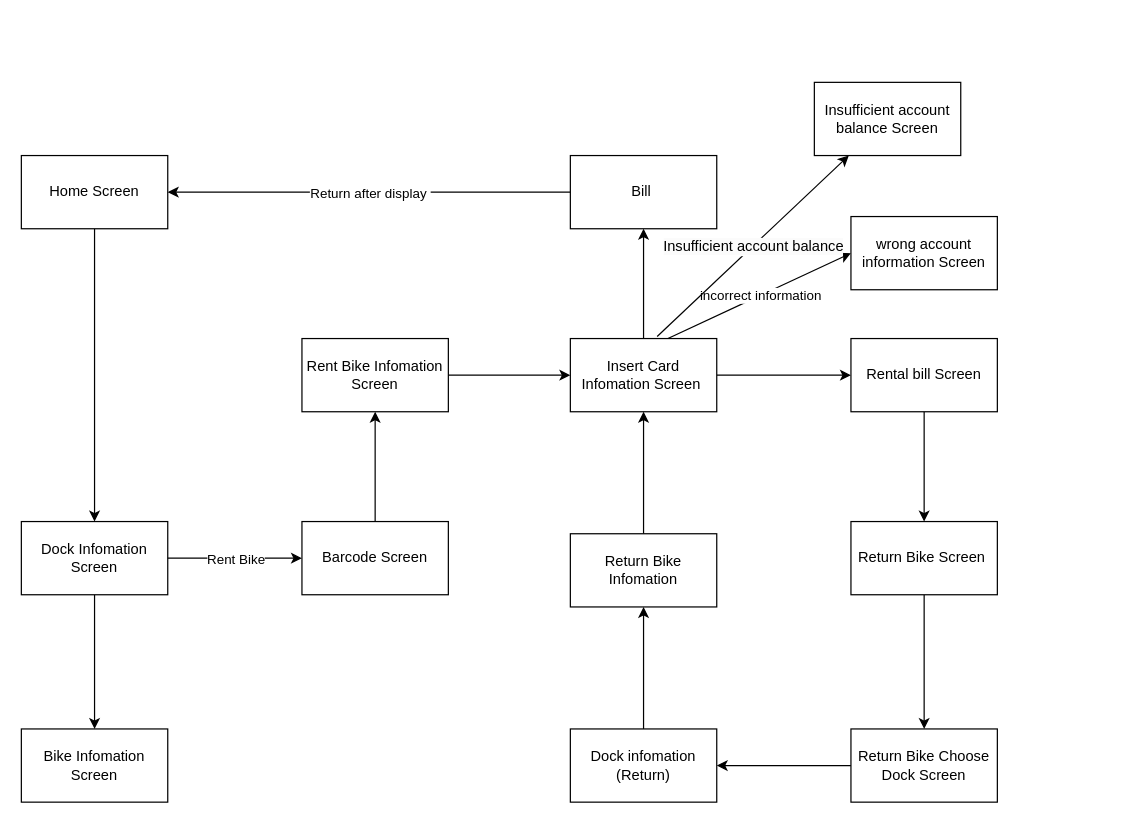
The draw.io diagram Detailed Design/Interface Design/User Interface Design/Screen transition diagram/Untitled Diagram.drawio in janglee83/ISD.VN.20221.05, before the edit. Source tidied: cells renumbered, new cells numbered last; positions are measured from the earlier drawing's top-left corner, leaving out a move shared by most shapes. Both pictures are drawn from the tidied source at 122%, with x=0, y=0 at pixel (21, 82).
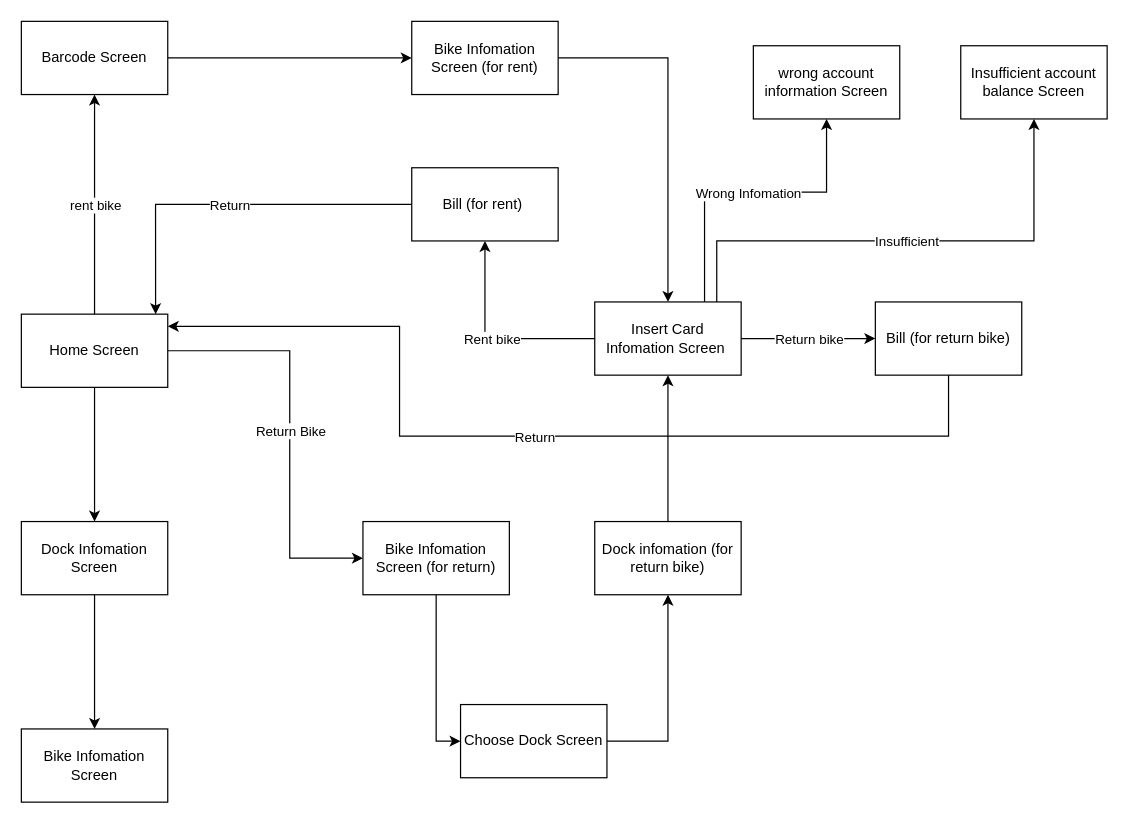
The same diagram, later.

The change refers to these unchanged cells:
```xml
<mxCell id="5" value="Dock Infomation Screen" style="rounded=0;whiteSpace=wrap;html=1;" parent="1" vertex="1">
  <mxGeometry y="360" width="120" height="60" as="geometry" />
</mxCell>
```

The edit, as a diff of the source:
```diff
@@
     <mxCell id="3" value="Home Screen" style="rounded=0;whiteSpace=wrap;html=1;" parent="1" vertex="1">
-      <mxGeometry y="60" width="120" height="60" as="geometry" />
+      <mxGeometry y="190" width="120" height="60" as="geometry" />
     </mxCell>
@@
-    <mxCell id="7" style="edgeStyle=orthogonalEdgeStyle;rounded=0;jettySize=auto;html=1;entryX=0.5;entryY=1;entryDx=0;entryDy=0;" parent="1" edge="1" source="8" target="10">
+    <mxCell id="7" style="edgeStyle=orthogonalEdgeStyle;rounded=0;jettySize=auto;html=1;" parent="1" edge="1" source="8" target="10">
       <mxGeometry relative="1" as="geometry" />
     </mxCell>
     <mxCell id="8" value="Barcode Screen" style="rounded=0;whiteSpace=wrap;html=1;" parent="1" vertex="1">
-      <mxGeometry x="230" y="360" width="120" height="60" as="geometry" />
+      <mxGeometry y="-50" width="120" height="60" as="geometry" />
     </mxCell>
-    <mxCell id="9" style="edgeStyle=orthogonalEdgeStyle;rounded=0;jettySize=auto;html=1;entryX=0;entryY=0.5;entryDx=0;entryDy=0;" parent="1" edge="1" source="10" target="13">
+    <mxCell id="9" style="edgeStyle=orthogonalEdgeStyle;rounded=0;jettySize=auto;html=1;" parent="1" edge="1" source="10" target="13">
       <mxGeometry relative="1" as="geometry" />
     </mxCell>
-    <mxCell id="10" value="Rent Bike Infomation Screen" style="rounded=0;whiteSpace=wrap;html=1;" parent="1" vertex="1">
-      <mxGeometry x="230" y="210" width="120" height="60" as="geometry" />
+    <mxCell id="10" value="Bike Infomation Screen (for rent)" style="rounded=0;whiteSpace=wrap;html=1;" parent="1" vertex="1">
+      <mxGeometry x="320" y="-50" width="120" height="60" as="geometry" />
     </mxCell>
-    <mxCell id="11" style="edgeStyle=orthogonalEdgeStyle;rounded=0;jettySize=auto;html=1;" parent="1" edge="1" source="13" target="17">
-      <mxGeometry relative="1" as="geometry" />
-    </mxCell>
-    <mxCell id="12" style="edgeStyle=orthogonalEdgeStyle;rounded=0;jettySize=auto;html=1;entryX=0.5;entryY=1;entryDx=0;entryDy=0;" parent="1" edge="1" source="13" target="18">
-      <mxGeometry relative="1" as="geometry" />
-    </mxCell>
     <mxCell id="13" value="Insert Card Infomation Screen&amp;nbsp;" style="rounded=0;whiteSpace=wrap;html=1;" parent="1" vertex="1">
-      <mxGeometry x="450" y="210" width="120" height="60" as="geometry" />
+      <mxGeometry x="470" y="180" width="120" height="60" as="geometry" />
     </mxCell>
     <mxCell id="14" value="Insufficient account balance Screen" style="rounded=0;whiteSpace=wrap;html=1;" parent="1" vertex="1">
-      <mxGeometry x="650" width="120" height="60" as="geometry" />
+      <mxGeometry x="770" y="-30" width="120" height="60" as="geometry" />
     </mxCell>
     <mxCell id="15" value="wrong account information Screen" style="rounded=0;whiteSpace=wrap;html=1;" parent="1" vertex="1">
-      <mxGeometry x="680" y="110" width="120" height="60" as="geometry" />
+      <mxGeometry x="600" y="-30" width="120" height="60" as="geometry" />
     </mxCell>
-    <mxCell id="16" style="edgeStyle=orthogonalEdgeStyle;rounded=0;jettySize=auto;html=1;" parent="1" edge="1" source="17" target="22">
-      <mxGeometry relative="1" as="geometry" />
-    </mxCell>
-    <mxCell id="17" value="Rental bill Screen" style="rounded=0;whiteSpace=wrap;html=1;" parent="1" vertex="1">
-      <mxGeometry x="680" y="210" width="120" height="60" as="geometry" />
+    <mxCell id="17" value="Bill (for return bike)" style="rounded=0;whiteSpace=wrap;html=1;" parent="1" vertex="1">
+      <mxGeometry x="700" y="180" width="120" height="60" as="geometry" />
     </mxCell>
-    <mxCell id="18" value="Bill&amp;nbsp;" style="rounded=0;whiteSpace=wrap;html=1;" parent="1" vertex="1">
-      <mxGeometry x="450" y="60" width="120" height="60" as="geometry" />
+    <mxCell id="18" value="Bill (for rent)&amp;nbsp;" style="rounded=0;whiteSpace=wrap;html=1;" parent="1" vertex="1">
+      <mxGeometry x="320" y="70" width="120" height="60" as="geometry" />
     </mxCell>
-    <mxCell id="19" style="edgeStyle=orthogonalEdgeStyle;rounded=0;jettySize=auto;html=1;entryX=1;entryY=0.5;entryDx=0;entryDy=0;" parent="1" edge="1" source="20" target="24">
+    <mxCell id="19" style="edgeStyle=orthogonalEdgeStyle;rounded=0;jettySize=auto;html=1;entryX=0.5;entryY=1;entryDx=0;entryDy=0;exitX=1;exitY=0.5;exitDx=0;exitDy=0;" parent="1" edge="1" source="20" target="24">
       <mxGeometry relative="1" as="geometry" />
     </mxCell>
-    <mxCell id="20" value="Return Bike Choose Dock Screen" style="rounded=0;whiteSpace=wrap;html=1;" parent="1" vertex="1">
-      <mxGeometry x="680" y="530" width="120" height="60" as="geometry" />
+    <mxCell id="20" value="Choose Dock Screen" style="rounded=0;whiteSpace=wrap;html=1;" parent="1" vertex="1">
+      <mxGeometry x="360" y="510" width="120" height="60" as="geometry" />
     </mxCell>
-    <mxCell id="21" style="edgeStyle=orthogonalEdgeStyle;rounded=0;jettySize=auto;html=1;entryX=0.5;entryY=0;entryDx=0;entryDy=0;" parent="1" edge="1" source="22" target="20">
-      <mxGeometry relative="1" as="geometry" />
-    </mxCell>
-    <mxCell id="22" value="Return Bike Screen&amp;nbsp;" style="rounded=0;whiteSpace=wrap;html=1;" parent="1" vertex="1">
-      <mxGeometry x="680" y="360" width="120" height="60" as="geometry" />
-    </mxCell>
-    <mxCell id="23" style="edgeStyle=orthogonalEdgeStyle;rounded=0;jettySize=auto;html=1;entryX=0.5;entryY=1;entryDx=0;entryDy=0;" parent="1" edge="1" source="24" target="26">
-      <mxGeometry relative="1" as="geometry" />
-    </mxCell>
+    <mxCell id="35" style="edgeStyle=orthogonalEdgeStyle;rounded=0;jettySize=auto;html=1;entryX=0.5;entryY=1;entryDx=0;entryDy=0;" parent="1" edge="1" source="24" target="13">
+      <mxGeometry relative="1" as="geometry" />
+    </mxCell>
-    <mxCell id="24" value="Dock infomation (Return)" style="rounded=0;whiteSpace=wrap;html=1;" parent="1" vertex="1">
-      <mxGeometry x="450" y="530" width="120" height="60" as="geometry" />
+    <mxCell id="24" value="Dock infomation (for return bike)" style="rounded=0;whiteSpace=wrap;html=1;" parent="1" vertex="1">
+      <mxGeometry x="470" y="360" width="120" height="60" as="geometry" />
     </mxCell>
-    <mxCell id="25" style="edgeStyle=orthogonalEdgeStyle;rounded=0;jettySize=auto;html=1;" parent="1" edge="1" source="26" target="13">
-      <mxGeometry relative="1" as="geometry" />
-    </mxCell>
-    <mxCell id="26" value="Return Bike Infomation" style="rounded=0;whiteSpace=wrap;html=1;" parent="1" vertex="1">
-      <mxGeometry x="450" y="370" width="120" height="60" as="geometry" />
-    </mxCell>
-    <mxCell id="27" style="endArrow=classic;html=1;rounded=0;entryX=0;entryY=0.5;entryDx=0;entryDy=0;exitX=1;exitY=0.5;exitDx=0;exitDy=0;" parent="1" edge="1" source="5" target="8">
-      <mxGeometry relative="1" as="geometry" />
-    </mxCell>
-    <mxCell id="28" value="Rent Bike" style="edgeLabel;html=1;align=center;verticalAlign=middle;" parent="27" vertex="1">
-      <mxGeometry relative="1" as="geometry" />
-    </mxCell>
+    <mxCell id="36" style="edgeStyle=orthogonalEdgeStyle;rounded=0;jettySize=auto;html=1;entryX=0;entryY=0.5;entryDx=0;entryDy=0;" parent="1" edge="1" source="37" target="20">
+      <mxGeometry relative="1" as="geometry" />
+    </mxCell>
+    <mxCell id="37" value="Bike Infomation Screen (for return)" style="rounded=0;whiteSpace=wrap;html=1;" parent="1" vertex="1">
+      <mxGeometry x="280" y="360" width="120" height="60" as="geometry" />
+    </mxCell>
+    <mxCell id="38" style="endArrow=classic;html=1;rounded=0;exitX=0.5;exitY=0;exitDx=0;exitDy=0;entryX=0.5;entryY=1;entryDx=0;entryDy=0;" parent="1" edge="1" target="8">
+      <mxGeometry relative="1" as="geometry">
+        <mxPoint x="60" y="190" as="sourcePoint" />
+      </mxGeometry>
+    </mxCell>
+    <mxCell id="39" value="rent bike" style="edgeLabel;html=1;align=center;verticalAlign=middle;" parent="38" vertex="1">
+      <mxGeometry relative="1" as="geometry" />
+    </mxCell>
+    <mxCell id="40" style="endArrow=classic;html=1;rounded=0;exitX=1;exitY=0.5;exitDx=0;exitDy=0;entryX=0;entryY=0.5;entryDx=0;entryDy=0;" parent="1" edge="1" source="3" target="37">
+      <mxGeometry relative="1" as="geometry">
+        <Array as="points">
+          <mxPoint x="220" y="220" />
+          <mxPoint x="220" y="390" />
+        </Array>
+      </mxGeometry>
+    </mxCell>
+    <mxCell id="41" value="Return Bike" style="edgeLabel;html=1;align=center;verticalAlign=middle;" parent="40" vertex="1">
+      <mxGeometry relative="1" as="geometry" />
+    </mxCell>
-    <mxCell id="29" style="endArrow=classic;html=1;rounded=0;exitX=0;exitY=0.5;exitDx=0;exitDy=0;entryX=1;entryY=0.5;entryDx=0;entryDy=0;" parent="1" edge="1" source="18" target="3">
-      <mxGeometry relative="1" as="geometry" />
+    <mxCell id="29" style="endArrow=classic;html=1;rounded=0;exitX=0;exitY=0.5;exitDx=0;exitDy=0;entryX=0.917;entryY=0;entryDx=0;entryDy=0;entryPerimeter=0;" parent="1" edge="1" source="18" target="3">
+      <mxGeometry relative="1" as="geometry">
+        <Array as="points">
+          <mxPoint x="110" y="100" />
+        </Array>
+      </mxGeometry>
     </mxCell>
-    <mxCell id="30" value="Return after display&amp;nbsp;" style="edgeLabel;html=1;align=center;verticalAlign=middle;" parent="29" vertex="1">
-      <mxGeometry relative="1" as="geometry" />
-    </mxCell>
-    <mxCell id="31" style="endArrow=classic;html=1;rounded=0;entryX=0;entryY=0.5;entryDx=0;entryDy=0;" parent="1" edge="1" target="15">
-      <mxGeometry relative="1" as="geometry">
-        <mxPoint x="530" y="210" as="sourcePoint" />
-      </mxGeometry>
-    </mxCell>
-    <mxCell id="32" value="incorrect information" style="edgeLabel;html=1;align=center;verticalAlign=middle;" parent="31" vertex="1">
-      <mxGeometry relative="1" as="geometry" />
-    </mxCell>
-    <mxCell id="33" style="endArrow=classic;html=1;rounded=0;exitX=0.593;exitY=-0.028;exitDx=0;exitDy=0;exitPerimeter=0;" parent="1" edge="1" source="13" target="14">
-      <mxGeometry relative="1" as="geometry" />
-    </mxCell>
-    <mxCell id="34" value="&lt;span style=&quot;font-size: 12px; background-color: rgb(251, 251, 251);&quot;&gt;Insufficient account balance&lt;/span&gt;" style="edgeLabel;html=1;align=center;verticalAlign=middle;" parent="33" vertex="1">
-      <mxGeometry relative="1" as="geometry" />
-    </mxCell>
+    <mxCell id="42" value="Return" style="edgeLabel;html=1;align=center;verticalAlign=middle;" parent="29" vertex="1">
+      <mxGeometry relative="1" as="geometry" />
+    </mxCell>
+    <mxCell id="43" style="endArrow=classic;html=1;rounded=0;entryX=0.5;entryY=1;entryDx=0;entryDy=0;exitX=0.75;exitY=0;exitDx=0;exitDy=0;" parent="1" edge="1" source="13" target="15">
+      <mxGeometry relative="1" as="geometry">
+        <Array as="points">
+          <mxPoint x="560" y="90" />
+          <mxPoint x="660" y="90" />
+        </Array>
+      </mxGeometry>
+    </mxCell>
+    <mxCell id="44" value="Wrong Infomation" style="edgeLabel;html=1;align=center;verticalAlign=middle;" parent="43" vertex="1">
+      <mxGeometry relative="1" as="geometry" />
+    </mxCell>
+    <mxCell id="45" style="endArrow=classic;html=1;rounded=0;entryX=0.5;entryY=1;entryDx=0;entryDy=0;" parent="1" edge="1" target="14">
+      <mxGeometry relative="1" as="geometry">
+        <mxPoint x="570" y="180" as="sourcePoint" />
+        <Array as="points">
+          <mxPoint x="570" y="130" />
+          <mxPoint x="830" y="130" />
+        </Array>
+      </mxGeometry>
+    </mxCell>
+    <mxCell id="46" value="Insufficient" style="edgeLabel;html=1;align=center;verticalAlign=middle;" parent="45" vertex="1">
+      <mxGeometry relative="1" as="geometry" />
+    </mxCell>
+    <mxCell id="47" style="endArrow=classic;html=1;rounded=0;exitX=0.5;exitY=1;exitDx=0;exitDy=0;entryX=0.917;entryY=0;entryDx=0;entryDy=0;entryPerimeter=0;" parent="1" edge="1" source="17">
+      <mxGeometry relative="1" as="geometry">
+        <mxPoint x="120" y="200" as="targetPoint" />
+        <Array as="points">
+          <mxPoint x="760" y="290" />
+          <mxPoint x="310" y="290" />
+          <mxPoint x="310" y="200" />
+        </Array>
+      </mxGeometry>
+    </mxCell>
+    <mxCell id="48" value="Return" style="edgeLabel;html=1;align=center;verticalAlign=middle;" parent="47" vertex="1">
+      <mxGeometry relative="1" as="geometry" />
+    </mxCell>
+    <mxCell id="12" style="endArrow=classic;html=1;rounded=0;exitX=0;exitY=0.5;exitDx=0;exitDy=0;entryX=0.5;entryY=1;entryDx=0;entryDy=0;" parent="1" edge="1" source="13" target="18">
+      <mxGeometry relative="1" as="geometry">
+        <Array as="points">
+          <mxPoint x="380" y="210" />
+        </Array>
+      </mxGeometry>
+    </mxCell>
+    <mxCell id="49" value="Rent bike" style="edgeLabel;html=1;align=center;verticalAlign=middle;" parent="12" vertex="1">
+      <mxGeometry relative="1" as="geometry" />
+    </mxCell>
+    <mxCell id="11" style="endArrow=classic;html=1;rounded=0;exitX=1;exitY=0.5;exitDx=0;exitDy=0;entryX=0;entryY=0.5;entryDx=0;entryDy=0;" parent="1" edge="1" source="13" target="17">
+      <mxGeometry relative="1" as="geometry" />
+    </mxCell>
+    <mxCell id="50" value="Return bike" style="edgeLabel;html=1;align=center;verticalAlign=middle;" parent="11" vertex="1">
+      <mxGeometry relative="1" as="geometry" />
+    </mxCell>
```
